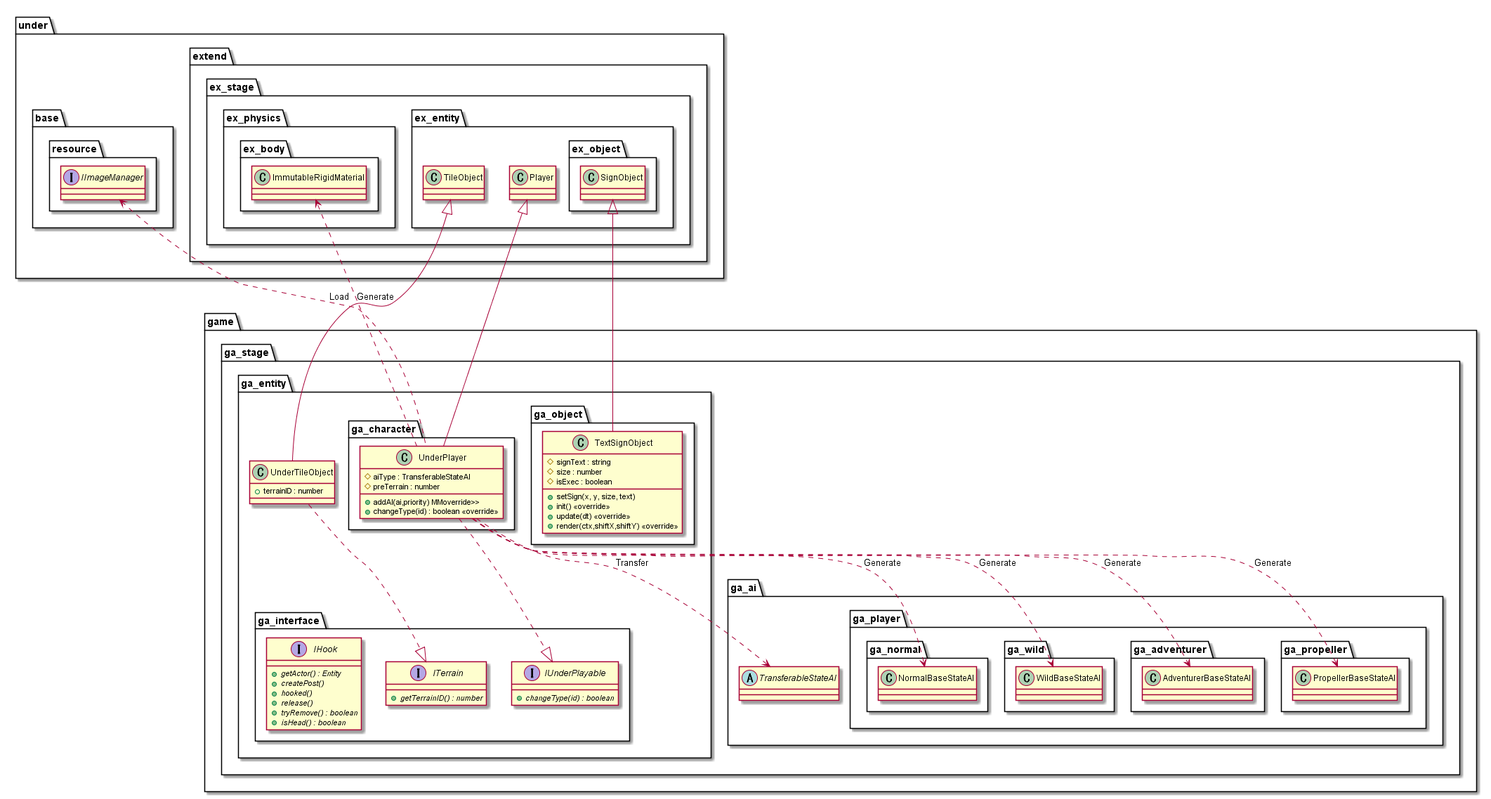
Above: out/uml/entity/Game/EntityGame.png in Expine/Under (PlantUML), before the change.
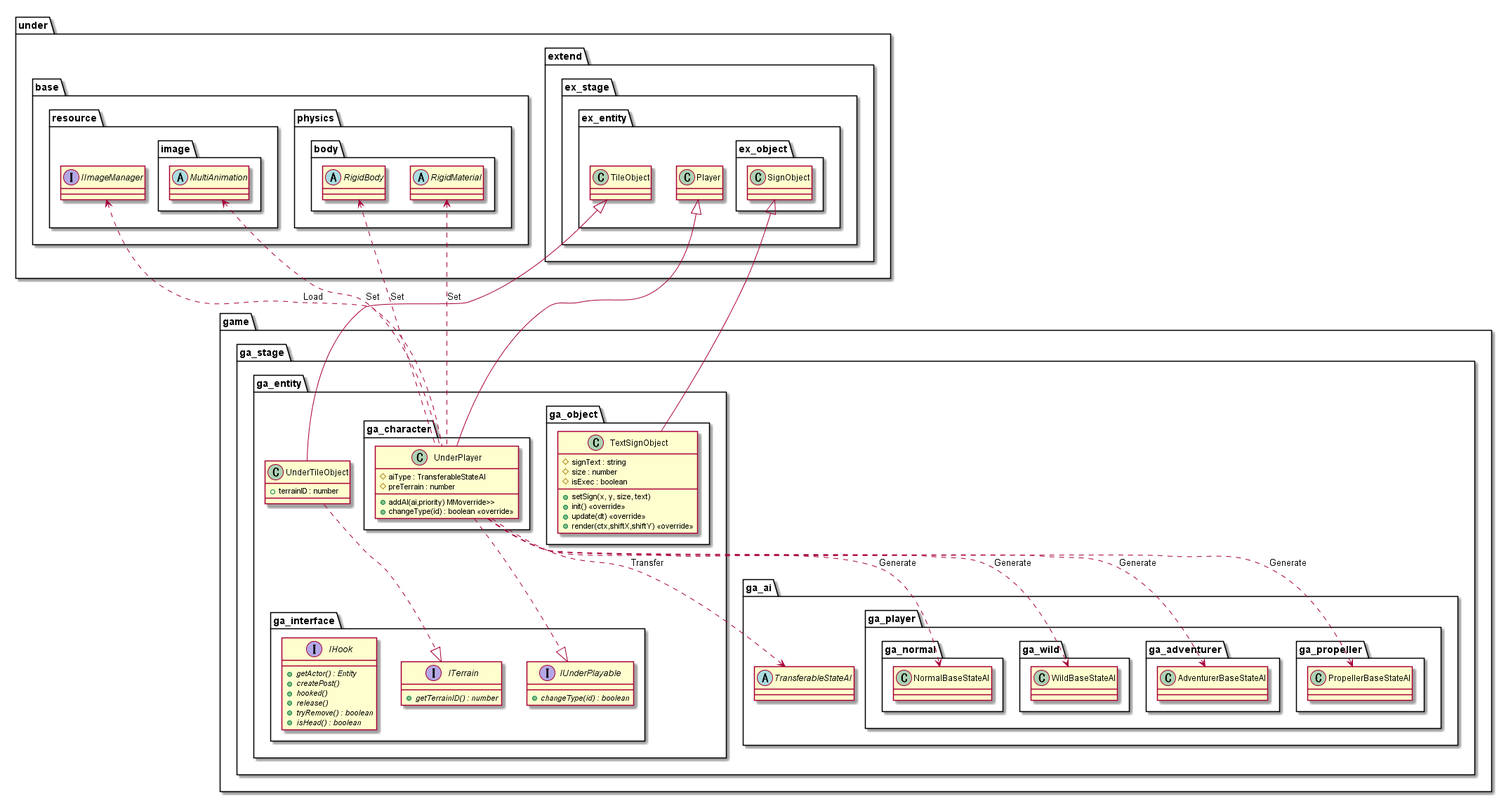
The same file after the commit.

The edit, as a diff of the source:
```diff
@@ -48,6 +48,15 @@
     package base {
         package resource {
             interface IImageManager
+            package image {
+                abstract MultiAnimation
+            }
+        }
+        package physics {
+            package body {
+                abstract RigidBody
+                abstract RigidMaterial
+            }
         }
     }
     package extend {
@@ -57,11 +66,6 @@
                 class Player
                 package ex_object {
                     class SignObject
-                }
-            }
-            package ex_physics {
-                package ex_body {
-                    class ImmutableRigidMaterial
                 }
             }
         }
@@ -93,8 +97,10 @@
 UnderPlayer ..> NormalBaseStateAI : Generate
 UnderPlayer ..> AdventurerBaseStateAI : Generate
 UnderPlayer ..> PropellerBaseStateAI : Generate
-UnderPlayer ..> ImmutableRigidMaterial : Generate
 UnderPlayer ..> TransferableStateAI : Transfer
+RigidBody <.. UnderPlayer : Set
+RigidMaterial <.. UnderPlayer : Set
+MultiAnimation <.. UnderPlayer : Set
 IImageManager <.. UnderPlayer : Load
 
 Player <|-- UnderPlayer
```
